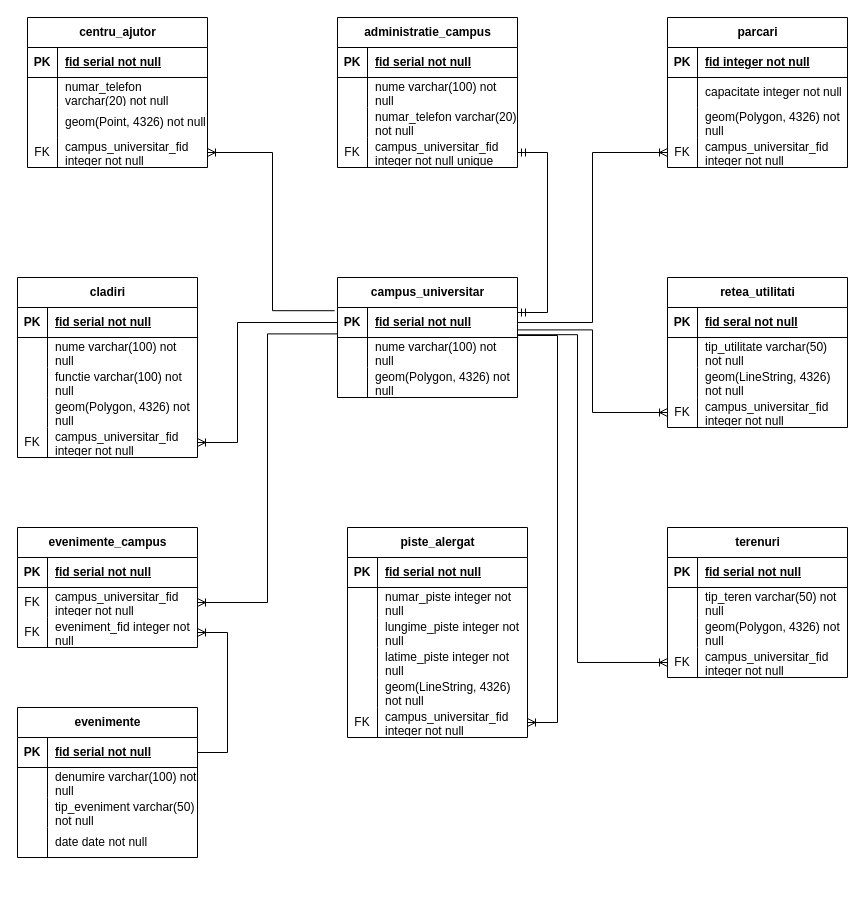
Above: Diagrama_Conceptuala_Exam_Sem2_DB.drawio in RaulHeciko/exam_sem2_database (draw.io), before the change. Source tidied: cells renumbered, new cells numbered last; positions are measured from the earlier drawing's top-left corner, leaving out a move shared by most shapes. Both pictures are drawn from the tidied source at 100%, with x=0, y=0 at pixel (17, 17).
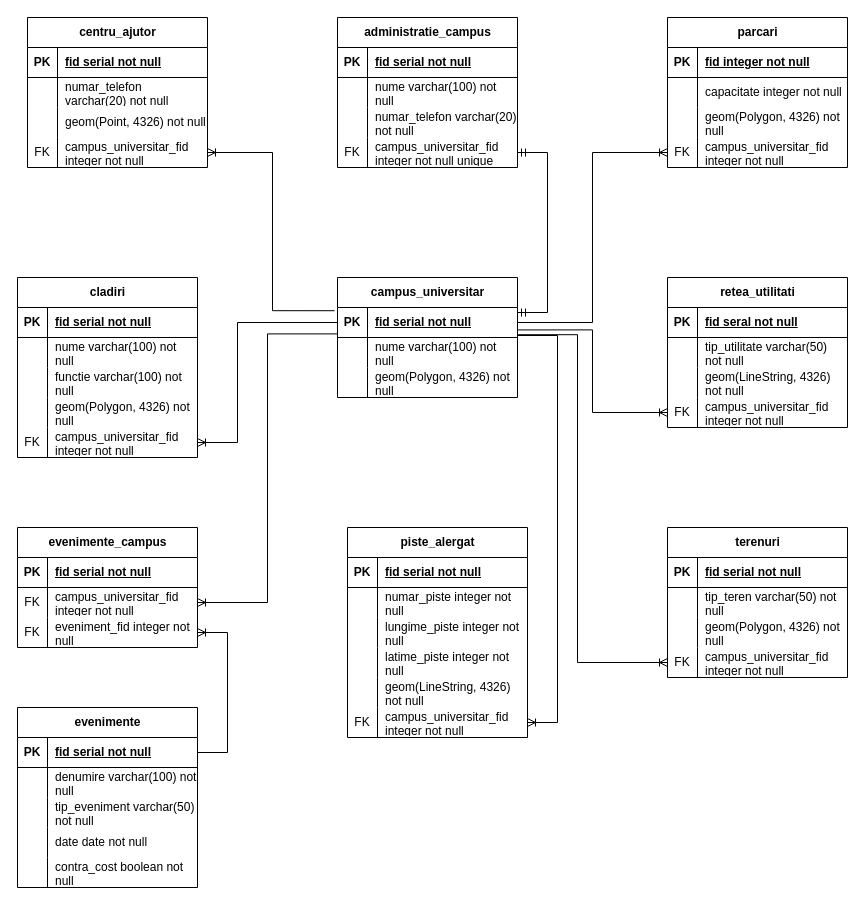
Above is the later version.

The edit, as a diff of the source:
```diff
@@
     <mxCell id="130" value="evenimente" style="shape=table;startSize=30;childLayout=tableLayout;rowLines=0;fontStyle=1;align=center;html=1;" parent="1" vertex="1">
-      <mxGeometry y="690" width="180" height="150" as="geometry" />
+      <mxGeometry y="690" width="180" height="180" as="geometry" />
     </mxCell>
@@
+    <mxCell id="144" style="shape=tableRow;horizontal=0;startSize=0;swimlaneHead=0;swimlaneBody=0;fillColor=none;top=0;left=0;right=0;bottom=0;" parent="130" vertex="1">
+      <mxGeometry y="150" width="180" height="30" as="geometry" />
+    </mxCell>
+    <mxCell id="145" style="shape=partialRectangle;fillColor=none;top=0;left=0;bottom=0;right=0;overflow=hidden;whiteSpace=wrap;html=1;" parent="144" vertex="1">
+      <mxGeometry width="30" height="30" as="geometry" />
+    </mxCell>
+    <mxCell id="146" value="contra_cost boolean not null" style="shape=partialRectangle;fillColor=none;top=0;left=0;bottom=0;right=0;align=left;spacingLeft=6;overflow=hidden;whiteSpace=wrap;html=1;" parent="144" vertex="1">
+      <mxGeometry x="30" width="150" height="30" as="geometry" />
+    </mxCell>
```
